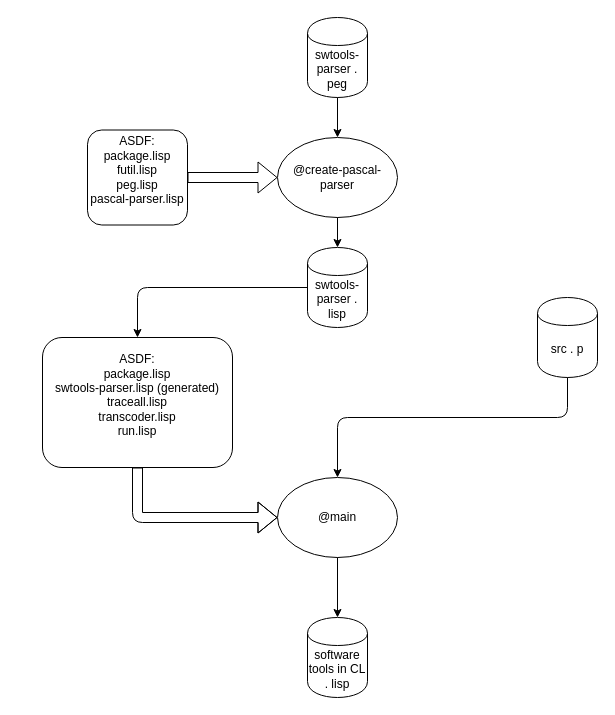
This is build.drawio from guitarvydas/esrap-test, a draw.io file, before an edit. Source tidied: cells renumbered, new cells numbered last; positions are measured from the earlier drawing's top-left corner, leaving out a move shared by most shapes. Both pictures are drawn from the tidied source at 100%, with x=0, y=0 at pixel (42, 17).
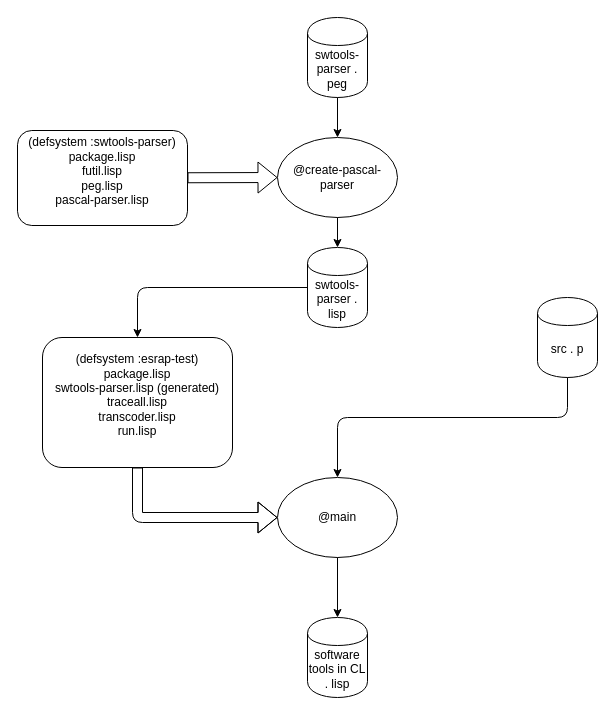
The same diagram, later.

Commit message:
added info to diagram

Diff of the diagram source:
```diff
@@
-    <mxCell id="6" value="&lt;div&gt;ASDF:&lt;/div&gt;&lt;div&gt;package.lisp&lt;/div&gt;&lt;div&gt;futil.lisp&lt;/div&gt;&lt;div&gt;peg.lisp&lt;/div&gt;&lt;div&gt;pascal-parser.lisp&lt;/div&gt;&lt;div&gt;&lt;br&gt;&lt;/div&gt;" style="rounded=1;whiteSpace=wrap;html=1;" parent="1" vertex="1">
-      <mxGeometry x="45" y="112.5" width="100" height="95" as="geometry" />
+    <mxCell id="6" value="&lt;div&gt;(defsystem :swtools-parser)&lt;/div&gt;&lt;div&gt;package.lisp&lt;/div&gt;&lt;div&gt;futil.lisp&lt;/div&gt;&lt;div&gt;peg.lisp&lt;/div&gt;&lt;div&gt;pascal-parser.lisp&lt;/div&gt;&lt;div&gt;&lt;br&gt;&lt;/div&gt;" style="rounded=1;whiteSpace=wrap;html=1;" parent="1" vertex="1">
+      <mxGeometry x="-25" y="113" width="170" height="95" as="geometry" />
     </mxCell>
@@
-    <mxCell id="10" value="&lt;div&gt;&lt;div&gt;&lt;div&gt;ASDF:&lt;/div&gt;&lt;div&gt;package.lisp&lt;/div&gt;&lt;div&gt;swtools-parser.lisp (generated)&lt;/div&gt;&lt;div&gt;traceall.lisp&lt;/div&gt;&lt;div&gt;transcoder.lisp&lt;/div&gt;&lt;div&gt;run.lisp&lt;/div&gt;&lt;/div&gt;&lt;/div&gt;&lt;div&gt;&lt;br&gt;&lt;/div&gt;" style="rounded=1;whiteSpace=wrap;html=1;" parent="1" vertex="1">
+    <mxCell id="10" value="&lt;div&gt;&lt;div&gt;(defsystem :esrap-test)&lt;/div&gt;&lt;div&gt;package.lisp&lt;/div&gt;&lt;div&gt;swtools-parser.lisp (generated)&lt;/div&gt;&lt;div&gt;traceall.lisp&lt;/div&gt;&lt;div&gt;transcoder.lisp&lt;/div&gt;&lt;div&gt;run.lisp&lt;/div&gt;&lt;/div&gt;&lt;div&gt;&lt;br&gt;&lt;/div&gt;" style="rounded=1;whiteSpace=wrap;html=1;" parent="1" vertex="1">
       <mxGeometry y="320" width="190" height="130" as="geometry" />
     </mxCell>
```
